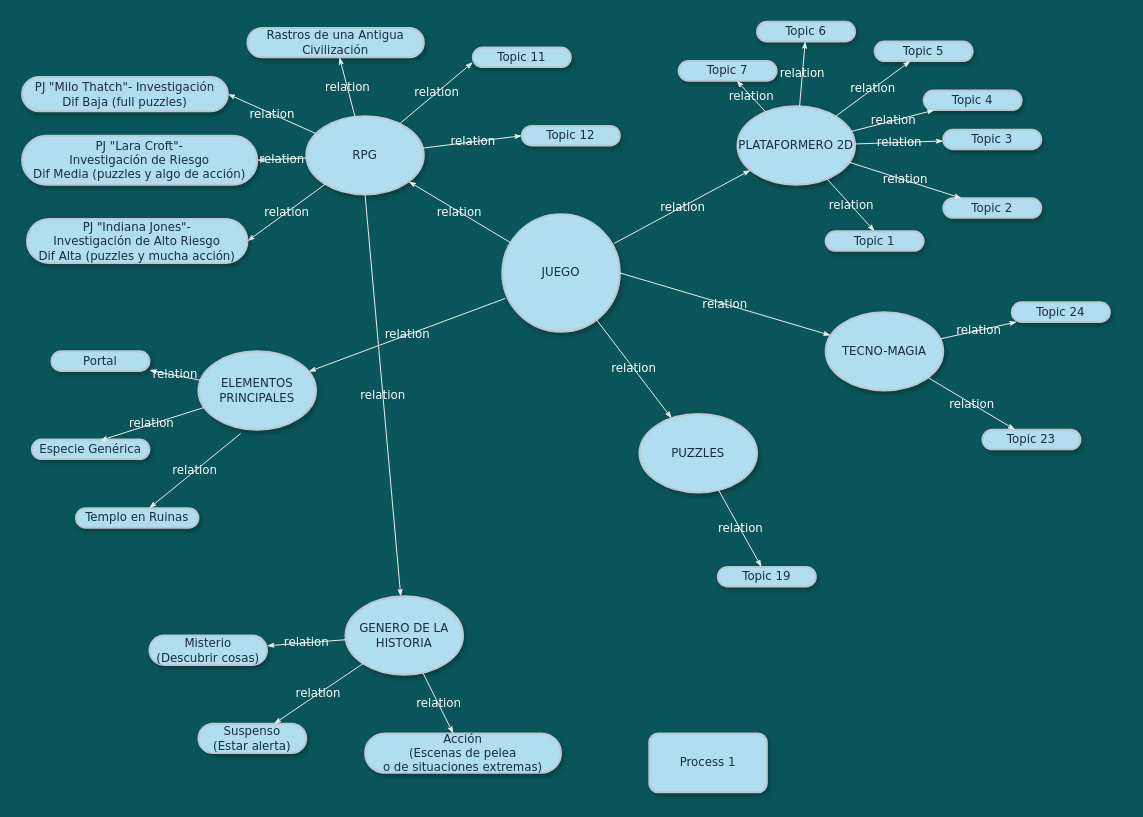
This is page "Page-1" (1 of 2) of mental_map_worldbuilding.drawio from aixairupe/DiagramasRPG, a draw.io file, before an edit. Source tidied: cells renumbered, new cells numbered last; positions are measured from the earlier drawing's top-left corner, leaving out a move shared by most shapes. Both pictures are drawn from the tidied source at 98%, with x=0, y=0 at pixel (22, 22).
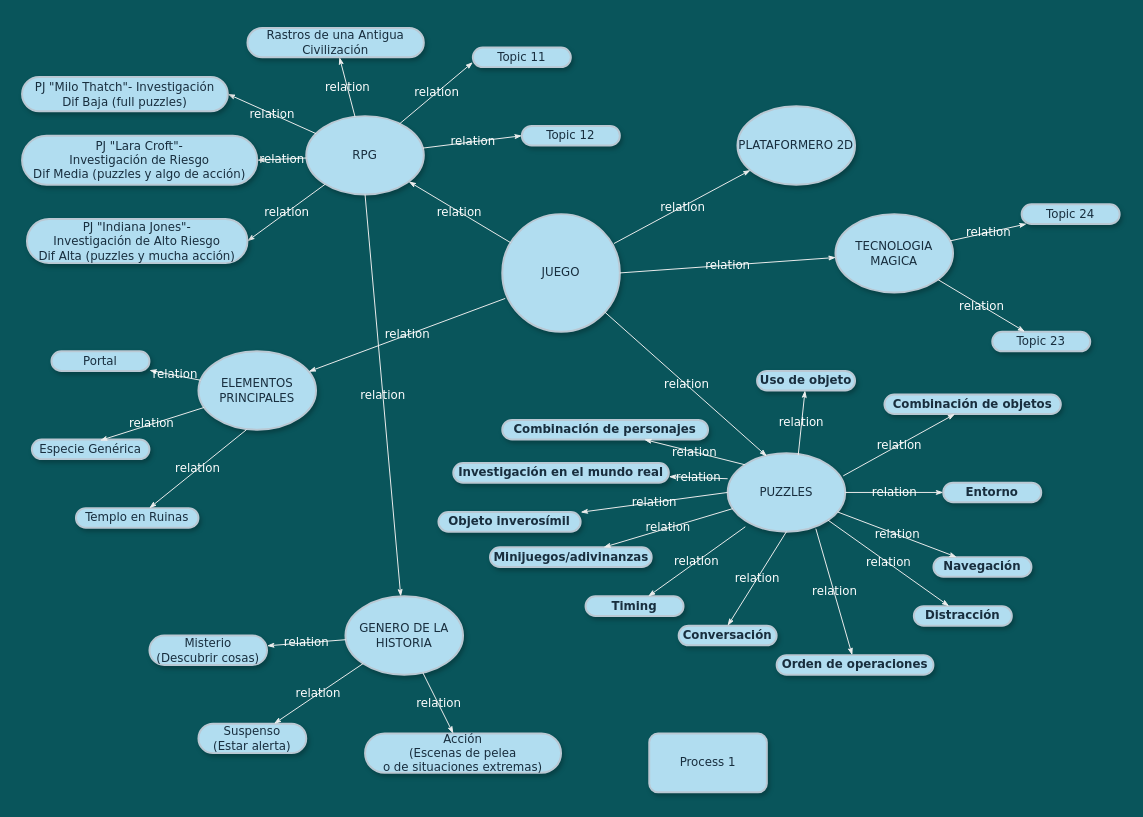
Above is the later version.

Unchanged cells that the change refers to:
```xml
<mxCell id="3" value="PLATAFORMERO 2D" style="ellipse;whiteSpace=wrap;html=1;rounded=1;shadow=1;comic=0;labelBackgroundColor=none;strokeWidth=2;fontFamily=Verdana;fontSize=12;align=center;fillColor=#B1DDF0;fontColor=#182E3E;strokeColor=#BAC8D3;" parent="1" vertex="1">
  <mxGeometry x="730" y="86" width="120" height="80" as="geometry" />
</mxCell>
<mxCell id="4" value="JUEGO" style="ellipse;whiteSpace=wrap;html=1;rounded=1;shadow=1;comic=0;labelBackgroundColor=none;strokeWidth=2;fontFamily=Verdana;fontSize=12;align=center;fillColor=#B1DDF0;strokeColor=#BAC8D3;fontColor=#182E3E;" parent="1" vertex="1">
  <mxGeometry x="490" y="196" width="120" height="120" as="geometry" />
</mxCell>
<mxCell id="7" value="ELEMENTOS PRINCIPALES" style="ellipse;whiteSpace=wrap;html=1;rounded=1;shadow=1;comic=0;labelBackgroundColor=none;strokeWidth=2;fontFamily=Verdana;fontSize=12;align=center;fillColor=#B1DDF0;strokeColor=#BAC8D3;fontColor=#182E3E;" parent="1" vertex="1">
  <mxGeometry x="180" y="336" width="120" height="80" as="geometry" />
</mxCell>
<mxCell id="49" value="Templo en Ruinas" style="whiteSpace=wrap;html=1;rounded=1;shadow=1;comic=0;labelBackgroundColor=none;strokeWidth=2;fontFamily=Verdana;fontSize=12;align=center;arcSize=50;fillColor=#B1DDF0;strokeColor=#BAC8D3;fontColor=#182E3E;" parent="1" vertex="1">
  <mxGeometry x="55" y="496" width="125" height="20" as="geometry" />
</mxCell>
```

What changed in the source:
```diff
@@
     <mxCell id="5" value="PUZZLES" style="ellipse;whiteSpace=wrap;html=1;rounded=1;shadow=1;comic=0;labelBackgroundColor=none;strokeWidth=2;fontFamily=Verdana;fontSize=12;align=center;fillColor=#B1DDF0;fontColor=#182E3E;strokeColor=#BAC8D3;" parent="1" vertex="1">
-      <mxGeometry x="630" y="400" width="120" height="80" as="geometry" />
+      <mxGeometry x="720" y="440" width="120" height="80" as="geometry" />
     </mxCell>
@@
-    <mxCell id="8" value="&lt;span&gt;Topic 7&lt;/span&gt;" style="whiteSpace=wrap;html=1;rounded=1;shadow=1;comic=0;labelBackgroundColor=none;strokeWidth=2;fontFamily=Verdana;fontSize=12;align=center;arcSize=50;fillColor=#B1DDF0;strokeColor=#BAC8D3;fontColor=#182E3E;" parent="1" vertex="1">
-      <mxGeometry x="670" y="39.8" width="100" height="20" as="geometry" />
+    <mxCell id="8" value="&lt;strong&gt;Uso de objeto&lt;/strong&gt;" style="whiteSpace=wrap;html=1;rounded=1;shadow=1;comic=0;labelBackgroundColor=none;strokeWidth=2;fontFamily=Verdana;fontSize=12;align=center;arcSize=50;fillColor=#B1DDF0;strokeColor=#BAC8D3;fontColor=#182E3E;" parent="1" vertex="1">
+      <mxGeometry x="750" y="356" width="100" height="20" as="geometry" />
     </mxCell>
@@
-    <mxCell id="11" value="&lt;span&gt;Topic 6&lt;/span&gt;" style="whiteSpace=wrap;html=1;rounded=1;shadow=1;comic=0;labelBackgroundColor=none;strokeWidth=2;fontFamily=Verdana;fontSize=12;align=center;arcSize=50;fillColor=#B1DDF0;strokeColor=#BAC8D3;fontColor=#182E3E;" parent="1" vertex="1">
-      <mxGeometry x="750" y="-0.2" width="100" height="20" as="geometry" />
+    <mxCell id="11" value="&lt;strong&gt;Combinación de objetos&lt;/strong&gt;" style="whiteSpace=wrap;html=1;rounded=1;shadow=1;comic=0;labelBackgroundColor=none;strokeWidth=2;fontFamily=Verdana;fontSize=12;align=center;arcSize=50;fillColor=#B1DDF0;strokeColor=#BAC8D3;fontColor=#182E3E;" parent="1" vertex="1">
+      <mxGeometry x="880" y="380" width="180" height="20" as="geometry" />
     </mxCell>
-    <mxCell id="12" value="&lt;span&gt;Topic 5&lt;/span&gt;" style="whiteSpace=wrap;html=1;rounded=1;shadow=1;comic=0;labelBackgroundColor=none;strokeWidth=2;fontFamily=Verdana;fontSize=12;align=center;arcSize=50;fillColor=#B1DDF0;strokeColor=#BAC8D3;fontColor=#182E3E;" parent="1" vertex="1">
-      <mxGeometry x="870" y="19.8" width="100" height="20" as="geometry" />
+    <mxCell id="12" value="&lt;strong&gt;Entorno&lt;/strong&gt;" style="whiteSpace=wrap;html=1;rounded=1;shadow=1;comic=0;labelBackgroundColor=none;strokeWidth=2;fontFamily=Verdana;fontSize=12;align=center;arcSize=50;fillColor=#B1DDF0;strokeColor=#BAC8D3;fontColor=#182E3E;" parent="1" vertex="1">
+      <mxGeometry x="940" y="470" width="100" height="20" as="geometry" />
     </mxCell>
-    <mxCell id="13" value="&lt;span&gt;Topic 4&lt;/span&gt;" style="whiteSpace=wrap;html=1;rounded=1;shadow=1;comic=0;labelBackgroundColor=none;strokeWidth=2;fontFamily=Verdana;fontSize=12;align=center;arcSize=50;fillColor=#B1DDF0;strokeColor=#BAC8D3;fontColor=#182E3E;" parent="1" vertex="1">
-      <mxGeometry x="920" y="69.8" width="100" height="20" as="geometry" />
+    <mxCell id="13" value="&lt;strong&gt;Navegación&lt;/strong&gt;" style="whiteSpace=wrap;html=1;rounded=1;shadow=1;comic=0;labelBackgroundColor=none;strokeWidth=2;fontFamily=Verdana;fontSize=12;align=center;arcSize=50;fillColor=#B1DDF0;strokeColor=#BAC8D3;fontColor=#182E3E;" parent="1" vertex="1">
+      <mxGeometry x="930" y="546" width="100" height="20" as="geometry" />
     </mxCell>
-    <mxCell id="14" value="&lt;span&gt;Topic 3&lt;/span&gt;" style="whiteSpace=wrap;html=1;rounded=1;shadow=1;comic=0;labelBackgroundColor=none;strokeWidth=2;fontFamily=Verdana;fontSize=12;align=center;arcSize=50;fillColor=#B1DDF0;strokeColor=#BAC8D3;fontColor=#182E3E;" parent="1" vertex="1">
-      <mxGeometry x="940" y="109.8" width="100" height="20" as="geometry" />
+    <mxCell id="14" value="&lt;strong&gt;Distracción&lt;/strong&gt;" style="whiteSpace=wrap;html=1;rounded=1;shadow=1;comic=0;labelBackgroundColor=none;strokeWidth=2;fontFamily=Verdana;fontSize=12;align=center;arcSize=50;fillColor=#B1DDF0;strokeColor=#BAC8D3;fontColor=#182E3E;" parent="1" vertex="1">
+      <mxGeometry x="910" y="596" width="100" height="20" as="geometry" />
     </mxCell>
-    <mxCell id="15" value="&lt;span&gt;Topic 2&lt;/span&gt;" style="whiteSpace=wrap;html=1;rounded=1;shadow=1;comic=0;labelBackgroundColor=none;strokeWidth=2;fontFamily=Verdana;fontSize=12;align=center;arcSize=50;fillColor=#B1DDF0;strokeColor=#BAC8D3;fontColor=#182E3E;" parent="1" vertex="1">
-      <mxGeometry x="940" y="179.8" width="100" height="20" as="geometry" />
+    <mxCell id="15" value="&lt;strong&gt;Orden de operaciones&lt;/strong&gt;" style="whiteSpace=wrap;html=1;rounded=1;shadow=1;comic=0;labelBackgroundColor=none;strokeWidth=2;fontFamily=Verdana;fontSize=12;align=center;arcSize=50;fillColor=#B1DDF0;strokeColor=#BAC8D3;fontColor=#182E3E;" parent="1" vertex="1">
+      <mxGeometry x="770" y="646" width="160" height="20" as="geometry" />
     </mxCell>
-    <mxCell id="16" value="Topic 1" style="whiteSpace=wrap;html=1;rounded=1;shadow=1;comic=0;labelBackgroundColor=none;strokeWidth=2;fontFamily=Verdana;fontSize=12;align=center;arcSize=50;fillColor=#B1DDF0;strokeColor=#BAC8D3;fontColor=#182E3E;" parent="1" vertex="1">
-      <mxGeometry x="820" y="213.5" width="100" height="20" as="geometry" />
+    <mxCell id="16" value="&lt;strong&gt;Conversación&lt;/strong&gt;" style="whiteSpace=wrap;html=1;rounded=1;shadow=1;comic=0;labelBackgroundColor=none;strokeWidth=2;fontFamily=Verdana;fontSize=12;align=center;arcSize=50;fillColor=#B1DDF0;strokeColor=#BAC8D3;fontColor=#182E3E;" parent="1" vertex="1">
+      <mxGeometry x="670" y="616" width="100" height="20" as="geometry" />
     </mxCell>
@@
-    <mxCell id="24" value="relation" style="edgeStyle=none;rounded=1;html=1;labelBackgroundColor=none;startArrow=none;startFill=0;startSize=5;endArrow=classicThin;endFill=1;endSize=5;jettySize=auto;strokeColor=#EEEEEE;strokeWidth=1;fontFamily=Verdana;fontSize=12;fontColor=#FFFFFF;" parent="1" edge="1" source="4" target="5">
+    <mxCell id="24" value="relation" style="edgeStyle=none;rounded=1;html=1;labelBackgroundColor=none;startArrow=none;startFill=0;startSize=5;endArrow=classicThin;endFill=1;endSize=5;jettySize=auto;strokeColor=#EEEEEE;strokeWidth=1;fontFamily=Verdana;fontSize=12;fontColor=#FFFFFF;entryX=0.333;entryY=0.038;entryDx=0;entryDy=0;entryPerimeter=0;" parent="1" edge="1" source="4" target="5">
       <mxGeometry relative="1" as="geometry" />
     </mxCell>
@@
-    <mxCell id="29" value="relation" style="edgeStyle=none;rounded=1;html=1;labelBackgroundColor=none;startArrow=none;startFill=0;startSize=5;endArrow=classicThin;endFill=1;endSize=5;jettySize=auto;strokeColor=#EEEEEE;strokeWidth=1;fontFamily=Verdana;fontSize=12;fontColor=#FFFFFF;entryX=0.5;entryY=0;entryDx=0;entryDy=0;" parent="1" edge="1" source="3" target="16">
+    <mxCell id="29" value="relation" style="edgeStyle=none;rounded=1;html=1;labelBackgroundColor=none;startArrow=none;startFill=0;startSize=5;endArrow=classicThin;endFill=1;endSize=5;jettySize=auto;strokeColor=#EEEEEE;strokeWidth=1;fontFamily=Verdana;fontSize=12;fontColor=#FFFFFF;entryX=0.5;entryY=0;entryDx=0;entryDy=0;exitX=0.5;exitY=1;exitDx=0;exitDy=0;" parent="1" edge="1" source="5" target="16">
       <mxGeometry relative="1" as="geometry" />
     </mxCell>
-    <mxCell id="30" value="relation" style="edgeStyle=none;rounded=1;html=1;labelBackgroundColor=none;startArrow=none;startFill=0;startSize=5;endArrow=classicThin;endFill=1;endSize=5;jettySize=auto;strokeColor=#EEEEEE;strokeWidth=1;fontFamily=Verdana;fontSize=12;fontColor=#FFFFFF;" parent="1" edge="1" source="3" target="15">
+    <mxCell id="30" value="relation" style="edgeStyle=none;rounded=1;html=1;labelBackgroundColor=none;startArrow=none;startFill=0;startSize=5;endArrow=classicThin;endFill=1;endSize=5;jettySize=auto;strokeColor=#EEEEEE;strokeWidth=1;fontFamily=Verdana;fontSize=12;fontColor=#FFFFFF;exitX=0.75;exitY=0.963;exitDx=0;exitDy=0;exitPerimeter=0;" parent="1" edge="1" source="5" target="15">
       <mxGeometry relative="1" as="geometry" />
     </mxCell>
-    <mxCell id="31" value="relation" style="edgeStyle=none;rounded=1;html=1;labelBackgroundColor=none;startArrow=none;startFill=0;startSize=5;endArrow=classicThin;endFill=1;endSize=5;jettySize=auto;strokeColor=#EEEEEE;strokeWidth=1;fontFamily=Verdana;fontSize=12;fontColor=#FFFFFF;" parent="1" edge="1" source="3" target="14">
+    <mxCell id="31" value="relation" style="edgeStyle=none;rounded=1;html=1;labelBackgroundColor=none;startArrow=none;startFill=0;startSize=5;endArrow=classicThin;endFill=1;endSize=5;jettySize=auto;strokeColor=#EEEEEE;strokeWidth=1;fontFamily=Verdana;fontSize=12;fontColor=#FFFFFF;exitX=1;exitY=1;exitDx=0;exitDy=0;" parent="1" edge="1" source="5" target="14">
       <mxGeometry relative="1" as="geometry" />
     </mxCell>
-    <mxCell id="32" value="relation" style="edgeStyle=none;rounded=1;html=1;labelBackgroundColor=none;startArrow=none;startFill=0;startSize=5;endArrow=classicThin;endFill=1;endSize=5;jettySize=auto;strokeColor=#EEEEEE;strokeWidth=1;fontFamily=Verdana;fontSize=12;fontColor=#FFFFFF;" parent="1" edge="1" source="3" target="13">
+    <mxCell id="32" value="relation" style="edgeStyle=none;rounded=1;html=1;labelBackgroundColor=none;startArrow=none;startFill=0;startSize=5;endArrow=classicThin;endFill=1;endSize=5;jettySize=auto;strokeColor=#EEEEEE;strokeWidth=1;fontFamily=Verdana;fontSize=12;fontColor=#FFFFFF;" parent="1" edge="1" source="5" target="13">
       <mxGeometry relative="1" as="geometry" />
     </mxCell>
-    <mxCell id="33" value="relation" style="edgeStyle=none;rounded=1;html=1;labelBackgroundColor=none;startArrow=none;startFill=0;startSize=5;endArrow=classicThin;endFill=1;endSize=5;jettySize=auto;strokeColor=#EEEEEE;strokeWidth=1;fontFamily=Verdana;fontSize=12;fontColor=#FFFFFF;" parent="1" edge="1" source="3" target="12">
+    <mxCell id="33" value="relation" style="edgeStyle=none;rounded=1;html=1;labelBackgroundColor=none;startArrow=none;startFill=0;startSize=5;endArrow=classicThin;endFill=1;endSize=5;jettySize=auto;strokeColor=#EEEEEE;strokeWidth=1;fontFamily=Verdana;fontSize=12;fontColor=#FFFFFF;exitX=1;exitY=0.5;exitDx=0;exitDy=0;" parent="1" edge="1" source="5" target="12">
       <mxGeometry relative="1" as="geometry" />
     </mxCell>
-    <mxCell id="34" value="relation" style="edgeStyle=none;rounded=1;html=1;labelBackgroundColor=none;startArrow=none;startFill=0;startSize=5;endArrow=classicThin;endFill=1;endSize=5;jettySize=auto;strokeColor=#EEEEEE;strokeWidth=1;fontFamily=Verdana;fontSize=12;fontColor=#FFFFFF;" parent="1" edge="1" source="3" target="11">
+    <mxCell id="34" value="relation" style="edgeStyle=none;rounded=1;html=1;labelBackgroundColor=none;startArrow=none;startFill=0;startSize=5;endArrow=classicThin;endFill=1;endSize=5;jettySize=auto;strokeColor=#EEEEEE;strokeWidth=1;fontFamily=Verdana;fontSize=12;fontColor=#FFFFFF;exitX=0.983;exitY=0.288;exitDx=0;exitDy=0;exitPerimeter=0;" parent="1" edge="1" source="5" target="11">
       <mxGeometry relative="1" as="geometry" />
     </mxCell>
-    <mxCell id="35" value="relation" style="edgeStyle=none;rounded=1;html=1;labelBackgroundColor=none;startArrow=none;startFill=0;startSize=5;endArrow=classicThin;endFill=1;endSize=5;jettySize=auto;strokeColor=#EEEEEE;strokeWidth=1;fontFamily=Verdana;fontSize=12;fontColor=#FFFFFF;" parent="1" edge="1" source="3" target="8">
+    <mxCell id="35" value="relation" style="edgeStyle=none;rounded=1;html=1;labelBackgroundColor=none;startArrow=none;startFill=0;startSize=5;endArrow=classicThin;endFill=1;endSize=5;jettySize=auto;strokeColor=#EEEEEE;strokeWidth=1;fontFamily=Verdana;fontSize=12;fontColor=#FFFFFF;exitX=0.6;exitY=0.025;exitDx=0;exitDy=0;exitPerimeter=0;" parent="1" edge="1" source="5" target="8">
       <mxGeometry relative="1" as="geometry" />
     </mxCell>
-    <mxCell id="36" value="TECNO-MAGIA" style="ellipse;whiteSpace=wrap;html=1;rounded=1;shadow=1;comic=0;labelBackgroundColor=none;strokeWidth=2;fontFamily=Verdana;fontSize=12;align=center;fillColor=#B1DDF0;strokeColor=#BAC8D3;fontColor=#182E3E;" parent="1" vertex="1">
-      <mxGeometry x="820" y="296" width="120" height="80" as="geometry" />
+    <mxCell id="36" value="TECNOLOGIA MAGICA" style="ellipse;whiteSpace=wrap;html=1;rounded=1;shadow=1;comic=0;labelBackgroundColor=none;strokeWidth=2;fontFamily=Verdana;fontSize=12;align=center;fillColor=#B1DDF0;strokeColor=#BAC8D3;fontColor=#182E3E;" parent="1" vertex="1">
+      <mxGeometry x="830" y="196" width="120" height="80" as="geometry" />
     </mxCell>
     <mxCell id="37" value="&lt;span&gt;Topic 24&lt;/span&gt;" style="whiteSpace=wrap;html=1;rounded=1;shadow=1;comic=0;labelBackgroundColor=none;strokeWidth=2;fontFamily=Verdana;fontSize=12;align=center;arcSize=50;fillColor=#B1DDF0;strokeColor=#BAC8D3;fontColor=#182E3E;" parent="1" vertex="1">
-      <mxGeometry x="1010" y="286" width="100" height="20" as="geometry" />
+      <mxGeometry x="1020" y="186" width="100" height="20" as="geometry" />
     </mxCell>
     <mxCell id="38" value="&lt;span&gt;Topic 23&lt;/span&gt;" style="whiteSpace=wrap;html=1;rounded=1;shadow=1;comic=0;labelBackgroundColor=none;strokeWidth=2;fontFamily=Verdana;fontSize=12;align=center;arcSize=50;fillColor=#B1DDF0;strokeColor=#BAC8D3;fontColor=#182E3E;" parent="1" vertex="1">
-      <mxGeometry x="980" y="416" width="100" height="20" as="geometry" />
+      <mxGeometry x="990" y="316" width="100" height="20" as="geometry" />
     </mxCell>
@@
-    <mxCell id="40" value="&lt;span&gt;Topic 19&lt;/span&gt;" style="whiteSpace=wrap;html=1;rounded=1;shadow=1;comic=0;labelBackgroundColor=none;strokeWidth=2;fontFamily=Verdana;fontSize=12;align=center;arcSize=50;fillColor=#B1DDF0;strokeColor=#BAC8D3;fontColor=#182E3E;" parent="1" vertex="1">
-      <mxGeometry x="710" y="556" width="100" height="20" as="geometry" />
+    <mxCell id="40" value="&lt;strong&gt;Minijuegos/adivinanzas&lt;/strong&gt;" style="whiteSpace=wrap;html=1;rounded=1;shadow=1;comic=0;labelBackgroundColor=none;strokeWidth=2;fontFamily=Verdana;fontSize=12;align=center;arcSize=50;fillColor=#B1DDF0;strokeColor=#BAC8D3;fontColor=#182E3E;" parent="1" vertex="1">
+      <mxGeometry x="477.5" y="536" width="165" height="20" as="geometry" />
     </mxCell>
@@
-    <mxCell id="50" value="relation" style="edgeStyle=none;rounded=1;html=1;labelBackgroundColor=none;startArrow=none;startFill=0;startSize=5;endArrow=classicThin;endFill=1;endSize=5;jettySize=auto;strokeColor=#EEEEEE;strokeWidth=1;fontFamily=Verdana;fontSize=12;fontColor=#FFFFFF;exitX=0.358;exitY=1.05;exitDx=0;exitDy=0;exitPerimeter=0;" parent="1" edge="1" source="7" target="49">
+    <mxCell id="50" value="relation" style="edgeStyle=none;rounded=1;html=1;labelBackgroundColor=none;startArrow=none;startFill=0;startSize=5;endArrow=classicThin;endFill=1;endSize=5;jettySize=auto;strokeColor=#EEEEEE;strokeWidth=1;fontFamily=Verdana;fontSize=12;fontColor=#FFFFFF;exitX=0.408;exitY=1;exitDx=0;exitDy=0;exitPerimeter=0;" parent="1" edge="1" source="7" target="49">
       <mxGeometry relative="1" as="geometry" />
     </mxCell>
@@
+    <mxCell id="60" value="&lt;strong&gt;Timing&lt;/strong&gt;&lt;strong&gt;&lt;/strong&gt;" style="whiteSpace=wrap;html=1;rounded=1;shadow=1;comic=0;labelBackgroundColor=none;strokeWidth=2;fontFamily=Verdana;fontSize=12;align=center;arcSize=50;fillColor=#B1DDF0;strokeColor=#BAC8D3;fontColor=#182E3E;" parent="1" vertex="1">
+      <mxGeometry x="575" y="586" width="100" height="20" as="geometry" />
+    </mxCell>
+    <mxCell id="61" value="relation" style="edgeStyle=none;rounded=1;html=1;labelBackgroundColor=none;startArrow=none;startFill=0;startSize=5;endArrow=classicThin;endFill=1;endSize=5;jettySize=auto;strokeColor=#EEEEEE;strokeWidth=1;fontFamily=Verdana;fontSize=12;fontColor=#FFFFFF;exitX=0.15;exitY=0.938;exitDx=0;exitDy=0;exitPerimeter=0;" parent="1" edge="1" source="5" target="60">
+      <mxGeometry relative="1" as="geometry" />
+    </mxCell>
+    <mxCell id="62" value="&lt;strong&gt;Combinación de personajes&lt;/strong&gt;" style="whiteSpace=wrap;html=1;rounded=1;shadow=1;comic=0;labelBackgroundColor=none;strokeWidth=2;fontFamily=Verdana;fontSize=12;align=center;arcSize=50;fillColor=#B1DDF0;strokeColor=#BAC8D3;fontColor=#182E3E;" parent="1" vertex="1">
+      <mxGeometry x="490" y="406" width="210" height="20" as="geometry" />
+    </mxCell>
+    <mxCell id="63" value="relation" style="edgeStyle=none;rounded=1;html=1;labelBackgroundColor=none;startArrow=none;startFill=0;startSize=5;endArrow=classicThin;endFill=1;endSize=5;jettySize=auto;strokeColor=#EEEEEE;strokeWidth=1;fontFamily=Verdana;fontSize=12;fontColor=#FFFFFF;exitX=0;exitY=0;exitDx=0;exitDy=0;" parent="1" edge="1" source="5" target="62">
+      <mxGeometry relative="1" as="geometry" />
+    </mxCell>
+    <mxCell id="64" value="&lt;strong&gt;Objeto inverosímil&lt;/strong&gt;" style="whiteSpace=wrap;html=1;rounded=1;shadow=1;comic=0;labelBackgroundColor=none;strokeWidth=2;fontFamily=Verdana;fontSize=12;align=center;arcSize=50;fillColor=#B1DDF0;strokeColor=#BAC8D3;fontColor=#182E3E;" parent="1" vertex="1">
+      <mxGeometry x="424.9" y="500" width="145.1" height="20" as="geometry" />
+    </mxCell>
+    <mxCell id="65" value="relation" style="edgeStyle=none;rounded=1;html=1;labelBackgroundColor=none;startArrow=none;startFill=0;startSize=5;endArrow=classicThin;endFill=1;endSize=5;jettySize=auto;strokeColor=#EEEEEE;strokeWidth=1;fontFamily=Verdana;fontSize=12;fontColor=#FFFFFF;exitX=0;exitY=0.5;exitDx=0;exitDy=0;" parent="1" edge="1" source="5" target="64">
+      <mxGeometry relative="1" as="geometry" />
+    </mxCell>
+    <mxCell id="66" value="&lt;strong&gt;Investigación en el mundo real&lt;/strong&gt;" style="whiteSpace=wrap;html=1;rounded=1;shadow=1;comic=0;labelBackgroundColor=none;strokeWidth=2;fontFamily=Verdana;fontSize=12;align=center;arcSize=50;fillColor=#B1DDF0;strokeColor=#BAC8D3;fontColor=#182E3E;" parent="1" vertex="1">
+      <mxGeometry x="440" y="450" width="220" height="20" as="geometry" />
+    </mxCell>
+    <mxCell id="67" value="relation" style="edgeStyle=none;rounded=1;html=1;labelBackgroundColor=none;startArrow=none;startFill=0;startSize=5;endArrow=classicThin;endFill=1;endSize=5;jettySize=auto;strokeColor=#EEEEEE;strokeWidth=1;fontFamily=Verdana;fontSize=12;fontColor=#FFFFFF;exitX=0;exitY=0.325;exitDx=0;exitDy=0;exitPerimeter=0;" parent="1" edge="1" source="5" target="66">
+      <mxGeometry relative="1" as="geometry" />
+    </mxCell>
```
